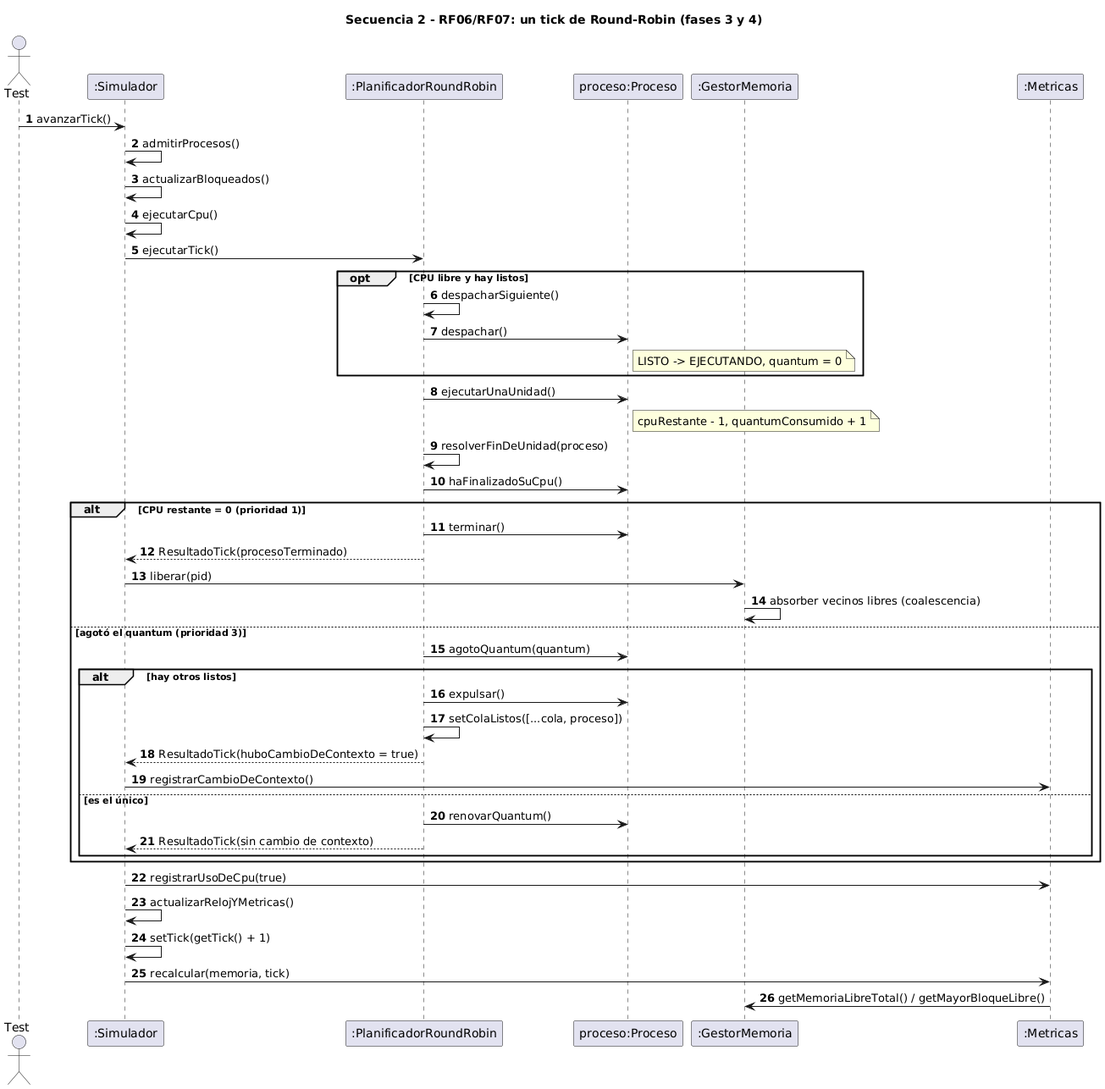
Earlier version of the PlantUML export docs/diagramas/secuencia-2-tick-round-robin.png (Nicanor-max/MemoriaPOO2.0).
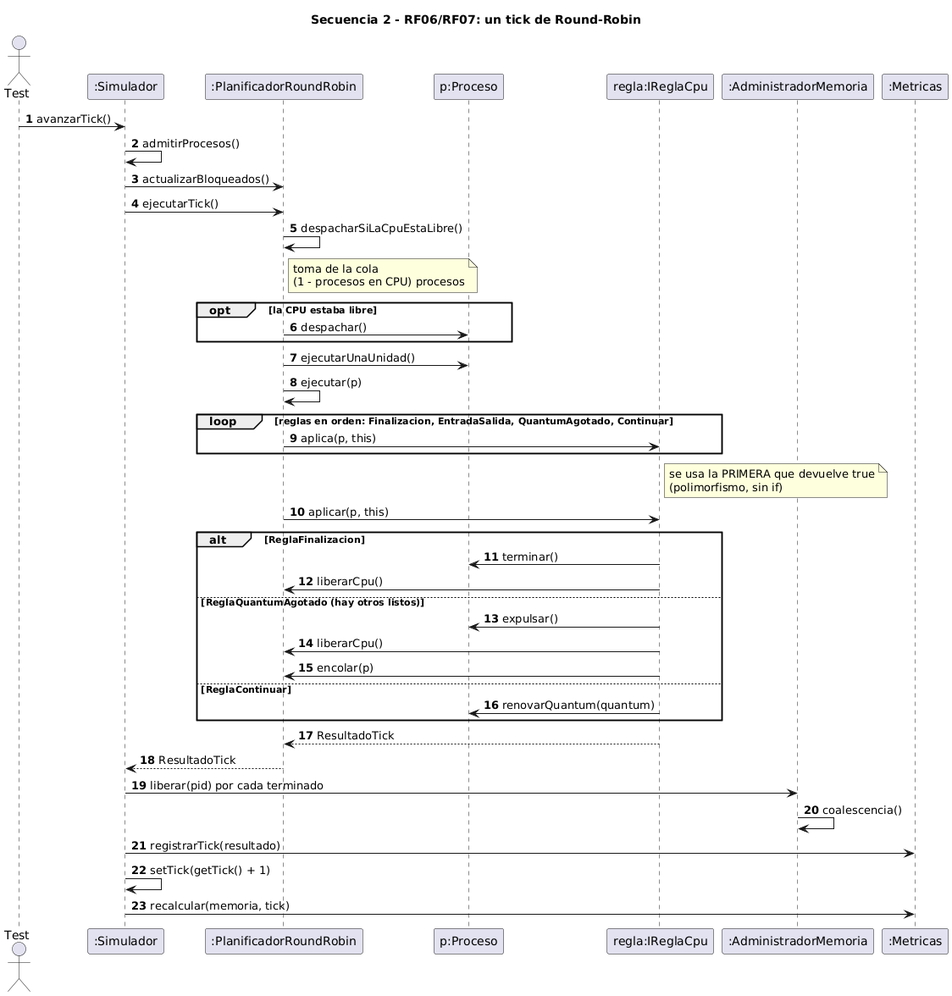
The same file after the commit.

Change to the diagram source:
```diff
@@ -1,47 +1,45 @@
 @startuml secuencia-2-tick-round-robin
-title Secuencia 2 - RF06/RF07: un tick de Round-Robin (fases 3 y 4)
+title Secuencia 2 - RF06/RF07: un tick de Round-Robin
 autonumber
 actor Test
 participant ":Simulador" as S
 participant ":PlanificadorRoundRobin" as PL
-participant "proceso:Proceso" as P
-participant ":GestorMemoria" as M
+participant "p:Proceso" as P
+participant "regla:IReglaCpu" as R
+participant ":AdministradorMemoria" as M
 participant ":Metricas" as MT
 
 Test -> S : avanzarTick()
 S -> S : admitirProcesos()
-S -> S : actualizarBloqueados()
-S -> S : ejecutarCpu()
+S -> PL : actualizarBloqueados()
 S -> PL : ejecutarTick()
-opt CPU libre y hay listos
-  PL -> PL : despacharSiguiente()
+PL -> PL : despacharSiLaCpuEstaLibre()
+note right of PL : toma de la cola\n(1 - procesos en CPU) procesos
+opt la CPU estaba libre
   PL -> P : despachar()
-  note right of P : LISTO -> EJECUTANDO, quantum = 0
 end
 PL -> P : ejecutarUnaUnidad()
-note right of P : cpuRestante - 1, quantumConsumido + 1
-PL -> PL : resolverFinDeUnidad(proceso)
-PL -> P : haFinalizadoSuCpu()
-alt CPU restante = 0 (prioridad 1)
-  PL -> P : terminar()
-  PL --> S : ResultadoTick(procesoTerminado)
-  S -> M : liberar(pid)
-  M -> M : absorber vecinos libres (coalescencia)
-else agotó el quantum (prioridad 3)
-  PL -> P : agotoQuantum(quantum)
-  alt hay otros listos
-    PL -> P : expulsar()
-    PL -> PL : setColaListos([...cola, proceso])
-    PL --> S : ResultadoTick(huboCambioDeContexto = true)
-    S -> MT : registrarCambioDeContexto()
-  else es el único
-    PL -> P : renovarQuantum()
-    PL --> S : ResultadoTick(sin cambio de contexto)
-  end
+PL -> PL : ejecutar(p)
+loop reglas en orden: Finalizacion, EntradaSalida, QuantumAgotado, Continuar
+  PL -> R : aplica(p, this)
 end
-S -> MT : registrarUsoDeCpu(true)
-S -> S : actualizarRelojYMetricas()
+note right of R : se usa la PRIMERA que devuelve true\n(polimorfismo, sin if)
+PL -> R : aplicar(p, this)
+alt ReglaFinalizacion
+  R -> P : terminar()
+  R -> PL : liberarCpu()
+else ReglaQuantumAgotado (hay otros listos)
+  R -> P : expulsar()
+  R -> PL : liberarCpu()
+  R -> PL : encolar(p)
+else ReglaContinuar
+  R -> P : renovarQuantum(quantum)
+end
+R --> PL : ResultadoTick
+PL --> S : ResultadoTick
+S -> M : liberar(pid) por cada terminado
+M -> M : coalescencia()
+S -> MT : registrarTick(resultado)
 S -> S : setTick(getTick() + 1)
 S -> MT : recalcular(memoria, tick)
-MT -> M : getMemoriaLibreTotal() / getMayorBloqueLibre()
 @enduml
```
